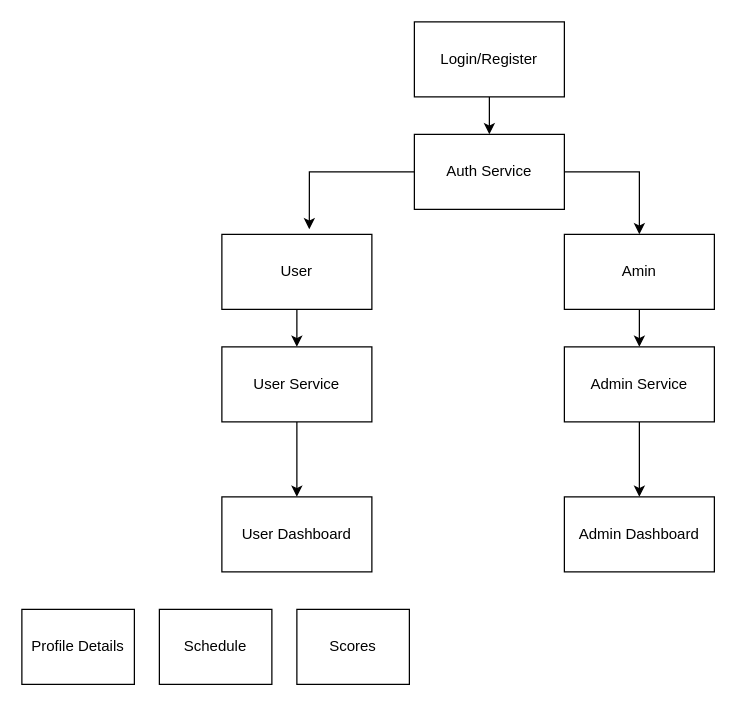
Before: Untitled Diagram.drawio in buhal/threeJs, a draw.io diagram. Source tidied: cells renumbered, new cells numbered last; positions are measured from the earlier drawing's top-left corner, leaving out a move shared by most shapes. Both pictures are drawn from the tidied source at 125%, with x=0, y=0 at pixel (21, 21).
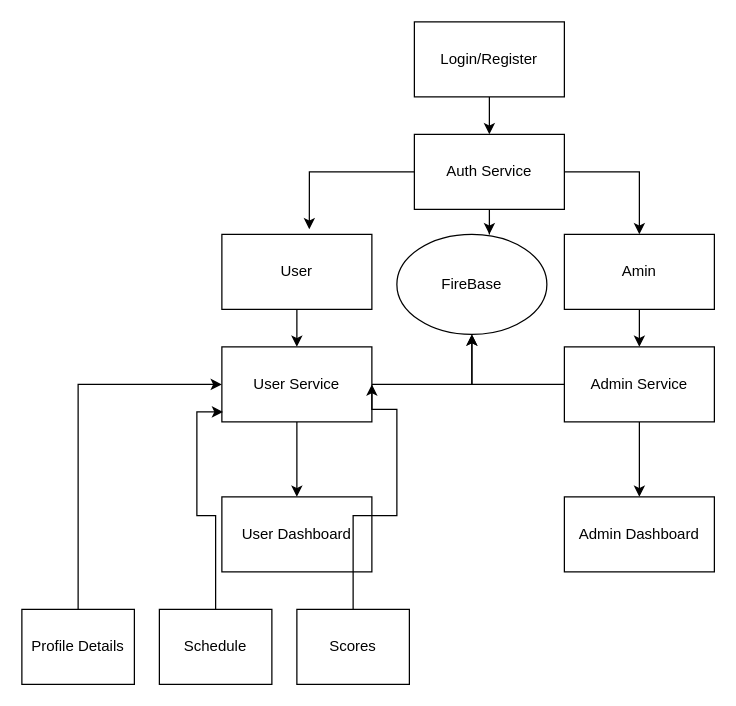
The same diagram, later.

The change refers to these unchanged cells:
```xml
<mxCell id="10" value="Auth Service" style="rounded=0;whiteSpace=wrap;html=1;" parent="1" vertex="1">
  <mxGeometry x="314" y="90" width="120" height="60" as="geometry" />
</mxCell>
<mxCell id="13" value="User Service" style="rounded=0;whiteSpace=wrap;html=1;" parent="1" vertex="1">
  <mxGeometry x="160" y="260" width="120" height="60" as="geometry" />
</mxCell>
<mxCell id="15" value="Admin Service" style="rounded=0;whiteSpace=wrap;html=1;" parent="1" vertex="1">
  <mxGeometry x="434" y="260" width="120" height="60" as="geometry" />
</mxCell>
<mxCell id="17" value="Profile Details" style="rounded=0;whiteSpace=wrap;html=1;" parent="1" vertex="1">
  <mxGeometry y="470" width="90" height="60" as="geometry" />
</mxCell>
<mxCell id="18" value="Schedule" style="rounded=0;whiteSpace=wrap;html=1;" parent="1" vertex="1">
  <mxGeometry x="110" y="470" width="90" height="60" as="geometry" />
</mxCell>
<mxCell id="19" value="Scores" style="rounded=0;whiteSpace=wrap;html=1;" parent="1" vertex="1">
  <mxGeometry x="220" y="470" width="90" height="60" as="geometry" />
</mxCell>
```

What changed in the source:
```diff
@@
+    <mxCell id="20" style="edgeStyle=orthogonalEdgeStyle;rounded=0;jettySize=auto;html=1;entryX=0.617;entryY=0;entryDx=0;entryDy=0;entryPerimeter=0;" parent="1" edge="1" source="10" target="26">
+      <mxGeometry relative="1" as="geometry" />
+    </mxCell>
@@
+    <mxCell id="21" style="edgeStyle=orthogonalEdgeStyle;rounded=0;jettySize=auto;html=1;" parent="1" edge="1" source="13" target="26">
+      <mxGeometry relative="1" as="geometry" />
+    </mxCell>
@@
+    <mxCell id="22" style="edgeStyle=orthogonalEdgeStyle;rounded=0;jettySize=auto;html=1;entryX=0.5;entryY=1;entryDx=0;entryDy=0;" parent="1" edge="1" source="15" target="26">
+      <mxGeometry relative="1" as="geometry" />
+    </mxCell>
@@
+    <mxCell id="23" style="edgeStyle=orthogonalEdgeStyle;rounded=0;jettySize=auto;html=1;exitX=0.5;exitY=0;exitDx=0;exitDy=0;entryX=0;entryY=0.5;entryDx=0;entryDy=0;" parent="1" edge="1" source="17" target="13">
+      <mxGeometry relative="1" as="geometry" />
+    </mxCell>
@@
+    <mxCell id="24" style="edgeStyle=orthogonalEdgeStyle;rounded=0;jettySize=auto;html=1;entryX=0.008;entryY=0.867;entryDx=0;entryDy=0;entryPerimeter=0;" parent="1" edge="1" source="18" target="13">
+      <mxGeometry relative="1" as="geometry" />
+    </mxCell>
@@
+    <mxCell id="25" style="edgeStyle=orthogonalEdgeStyle;rounded=0;jettySize=auto;html=1;entryX=1;entryY=0.5;entryDx=0;entryDy=0;" parent="1" edge="1" source="19" target="13">
+      <mxGeometry relative="1" as="geometry">
+        <Array as="points">
+          <mxPoint x="265" y="395" />
+          <mxPoint x="300" y="395" />
+          <mxPoint x="300" y="310" />
+          <mxPoint x="280" y="310" />
+        </Array>
+      </mxGeometry>
+    </mxCell>
@@
+    <mxCell id="26" value="FireBase" style="ellipse;whiteSpace=wrap;html=1;" parent="1" vertex="1">
+      <mxGeometry x="300" y="170" width="120" height="80" as="geometry" />
+    </mxCell>
```
